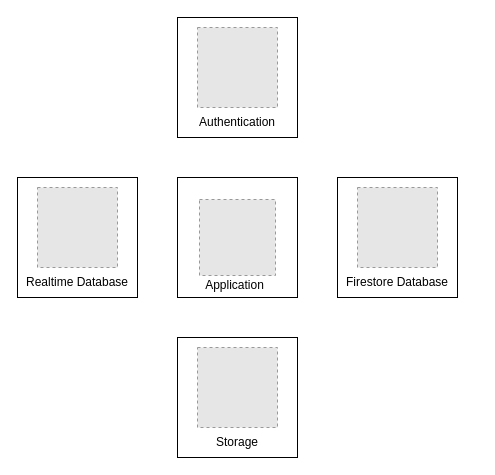
PDG-NUTRI/.github keeps this draw.io diagram as architecture.drawio. Above is the earlier version. Source tidied: cells renumbered, new cells numbered last; positions are measured from the earlier drawing's top-left corner, leaving out a move shared by most shapes. Both pictures are drawn from the tidied source at 100%, with x=0, y=0 at pixel (17, 17). Pictures stored in the file or linked from it are replaced by grey dashed boxes.
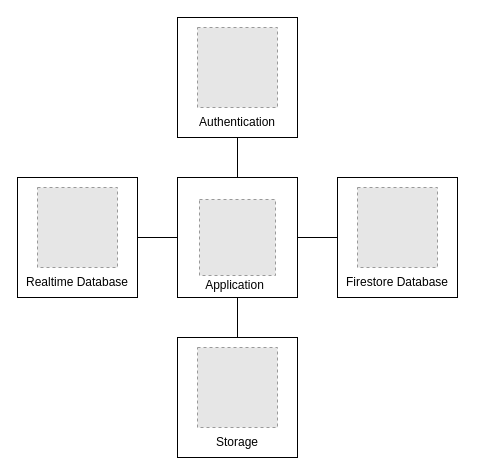
After the change.

The change refers to these unchanged cells:
```xml
<mxCell id="3" style="whiteSpace=wrap;html=1;" parent="2" vertex="1">
  <mxGeometry width="120" height="120" as="geometry" />
</mxCell>
<mxCell id="9" value="Authentication" style="text;html=1;strokeColor=none;fillColor=none;align=center;verticalAlign=middle;whiteSpace=wrap;rounded=0;" parent="6" vertex="1">
  <mxGeometry x="20" y="90" width="80" height="30" as="geometry" />
</mxCell>
<mxCell id="11" style="whiteSpace=wrap;html=1;" parent="10" vertex="1">
  <mxGeometry width="120" height="120" as="geometry" />
</mxCell>
<mxCell id="15" style="whiteSpace=wrap;html=1;" parent="14" vertex="1">
  <mxGeometry width="120" height="120" as="geometry" />
</mxCell>
<mxCell id="19" style="whiteSpace=wrap;html=1;" parent="18" vertex="1">
  <mxGeometry width="120" height="120" as="geometry" />
</mxCell>
```

What changed in the source:
```diff
@@
+    <mxCell id="22" style="endArrow=none;html=1;rounded=0;exitX=1;exitY=0.5;exitDx=0;exitDy=0;entryX=0;entryY=0.5;entryDx=0;entryDy=0;" parent="1" edge="1" source="3" target="11">
+      <mxGeometry relative="1" as="geometry" />
+    </mxCell>
+    <mxCell id="23" style="endArrow=none;html=1;rounded=0;exitX=0.5;exitY=0;exitDx=0;exitDy=0;entryX=0.5;entryY=1;entryDx=0;entryDy=0;" parent="1" edge="1" source="3" target="9">
+      <mxGeometry relative="1" as="geometry" />
+    </mxCell>
+    <mxCell id="24" style="endArrow=none;html=1;rounded=0;exitX=1;exitY=0.5;exitDx=0;exitDy=0;" parent="1" edge="1" source="15">
+      <mxGeometry relative="1" as="geometry">
+        <mxPoint x="160" y="220" as="targetPoint" />
+      </mxGeometry>
+    </mxCell>
+    <mxCell id="25" style="endArrow=none;html=1;rounded=0;exitX=0.5;exitY=0;exitDx=0;exitDy=0;entryX=0.5;entryY=1;entryDx=0;entryDy=0;" parent="1" edge="1" source="19" target="3">
+      <mxGeometry relative="1" as="geometry" />
+    </mxCell>
```
